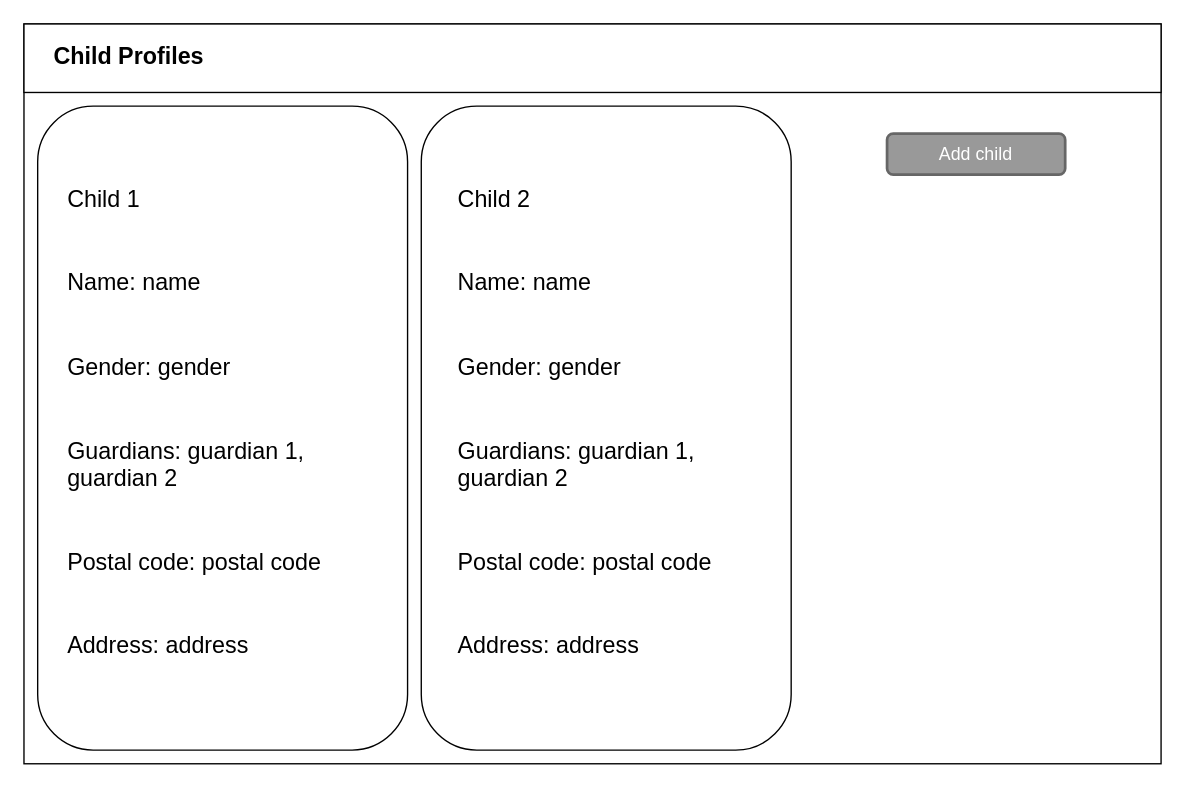
Above: profiles-wireframe.drawio in brianaendanawas/drawio-templates (draw.io), before the change. Source tidied: cells renumbered, new cells numbered last; positions are measured from the earlier drawing's top-left corner, leaving out a move shared by most shapes. Both pictures are drawn from the tidied source at 137%, with x=0, y=0 at pixel (23, 23).
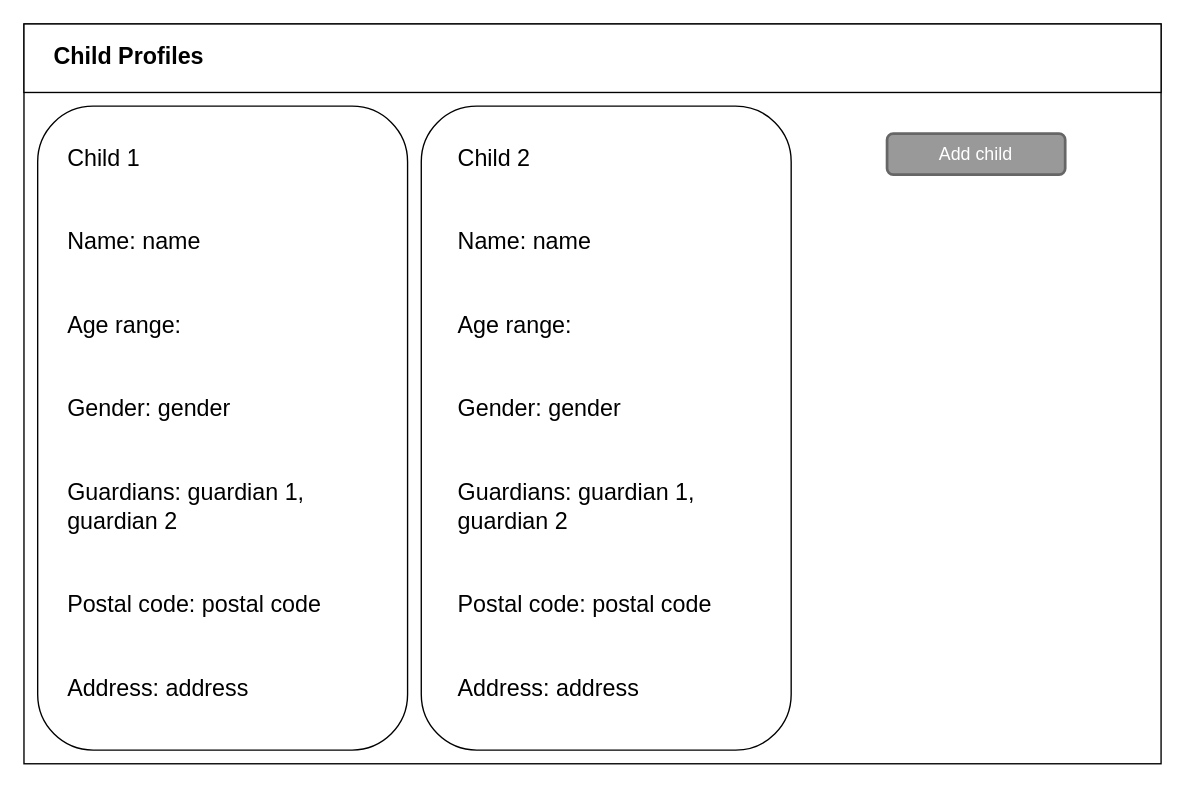
Above is the later version.

Change to the diagram source:
```diff
@@
 <mxGraphModel>
   <root>
     <mxCell id="0" />
     <mxCell id="1" parent="0" />
     <mxCell id="2" style="rounded=0;whiteSpace=wrap;html=1;" parent="1" vertex="1">
       <mxGeometry width="830" height="540" as="geometry" />
     </mxCell>
     <mxCell id="3" style="rounded=0;whiteSpace=wrap;html=1;" parent="1" vertex="1">
       <mxGeometry width="830" height="50" as="geometry" />
     </mxCell>
     <mxCell id="4" value="&lt;font style=&quot;font-size: 17px;&quot;&gt;&lt;b&gt;Child Profiles&lt;/b&gt;&lt;/font&gt;" style="text;html=1;strokeColor=none;fillColor=none;align=left;verticalAlign=middle;whiteSpace=wrap;rounded=0;" parent="1" vertex="1">
       <mxGeometry x="20" width="230" height="50" as="geometry" />
     </mxCell>
     <mxCell id="5" style="rounded=1;whiteSpace=wrap;html=1;fontSize=17;" parent="1" vertex="1">
       <mxGeometry x="10" y="60" width="270" height="470" as="geometry" />
     </mxCell>
     <mxCell id="6" value="&lt;font style=&quot;font-size: 13px;&quot;&gt;Add child&lt;/font&gt;" style="rounded=1;html=1;shadow=0;dashed=0;whiteSpace=wrap;fontSize=10;fillColor=#999999;align=center;strokeColor=#666666;fontColor=#ffffff;strokeWidth=2;" parent="1" vertex="1">
       <mxGeometry x="630" y="80" width="130" height="30" as="geometry" />
     </mxCell>
     <mxCell id="7" style="rounded=1;whiteSpace=wrap;html=1;fontSize=17;" parent="1" vertex="1">
       <mxGeometry x="290" y="60" width="270" height="470" as="geometry" />
     </mxCell>
-    <mxCell id="8" value="Child 1&lt;br&gt;&lt;br&gt;&lt;br&gt;Name: name&lt;br&gt;&lt;br&gt;&lt;br&gt;Gender: gender&lt;br&gt;&lt;br&gt;&lt;br&gt;Guardians: guardian 1, guardian 2&lt;br&gt;&lt;br&gt;&lt;br&gt;Postal code: postal code&lt;br&gt;&lt;br&gt;&lt;br&gt;Address: address" style="text;html=1;strokeColor=none;fillColor=none;align=left;verticalAlign=middle;whiteSpace=wrap;rounded=0;fontSize=17;" parent="1" vertex="1">
+    <mxCell id="8" value="Child 1&lt;br&gt;&lt;br&gt;&lt;br&gt;Name: name&lt;br&gt;&lt;br&gt;&lt;br&gt;Age range:&amp;nbsp;&lt;br&gt;&lt;br&gt;&lt;br&gt;Gender: gender&lt;br&gt;&lt;br&gt;&lt;br&gt;Guardians: guardian 1, guardian 2&lt;br&gt;&lt;br&gt;&lt;br&gt;Postal code: postal code&lt;br&gt;&lt;br&gt;&lt;br&gt;Address: address" style="text;html=1;strokeColor=none;fillColor=none;align=left;verticalAlign=middle;whiteSpace=wrap;rounded=0;fontSize=17;" parent="1" vertex="1">
       <mxGeometry x="30" y="96.9" width="220" height="390" as="geometry" />
     </mxCell>
-    <mxCell id="9" value="Child 2&lt;br&gt;&lt;br&gt;&lt;br&gt;Name: name&lt;br&gt;&lt;br&gt;&lt;br&gt;Gender: gender&lt;br&gt;&lt;br&gt;&lt;br&gt;Guardians: guardian 1, guardian 2&lt;br&gt;&lt;br&gt;&lt;br&gt;Postal code: postal code&lt;br&gt;&lt;br&gt;&lt;br&gt;Address: address" style="text;html=1;strokeColor=none;fillColor=none;align=left;verticalAlign=middle;whiteSpace=wrap;rounded=0;fontSize=17;" parent="1" vertex="1">
+    <mxCell id="9" value="Child 2&lt;br&gt;&lt;br&gt;&lt;br&gt;Name: name&lt;br&gt;&lt;br&gt;&lt;br&gt;Age range:&amp;nbsp;&lt;br&gt;&lt;br&gt;&lt;br&gt;Gender: gender&lt;br&gt;&lt;br&gt;&lt;br&gt;Guardians: guardian 1, guardian 2&lt;br&gt;&lt;br&gt;&lt;br&gt;Postal code: postal code&lt;br&gt;&lt;br&gt;&lt;br&gt;Address: address" style="text;html=1;strokeColor=none;fillColor=none;align=left;verticalAlign=middle;whiteSpace=wrap;rounded=0;fontSize=17;" parent="1" vertex="1">
       <mxGeometry x="315" y="96.9" width="220" height="390" as="geometry" />
     </mxCell>
   </root>
 </mxGraphModel>
```
